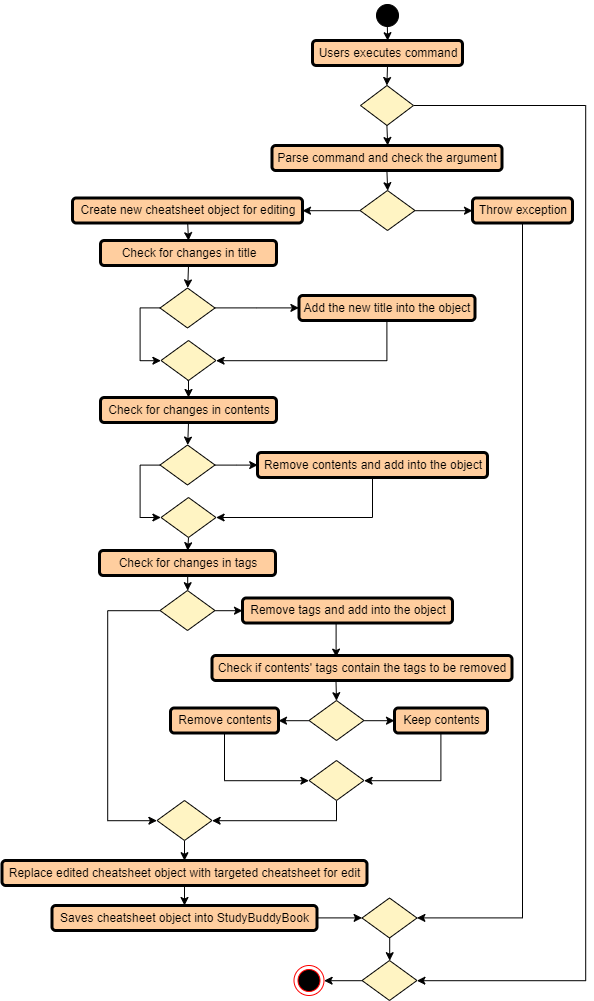
Earlier version of the draw.io export images/jasmineDiagrams/EditCheatSheetCommandActivityDiagram.png (AY1920S1-CS2103T-W13-3/StudyBuddyPro). Source tidied: cells renumbered, new cells last; positions are measured from the earlier drawing's top-left corner, leaving out a move shared by most shapes.
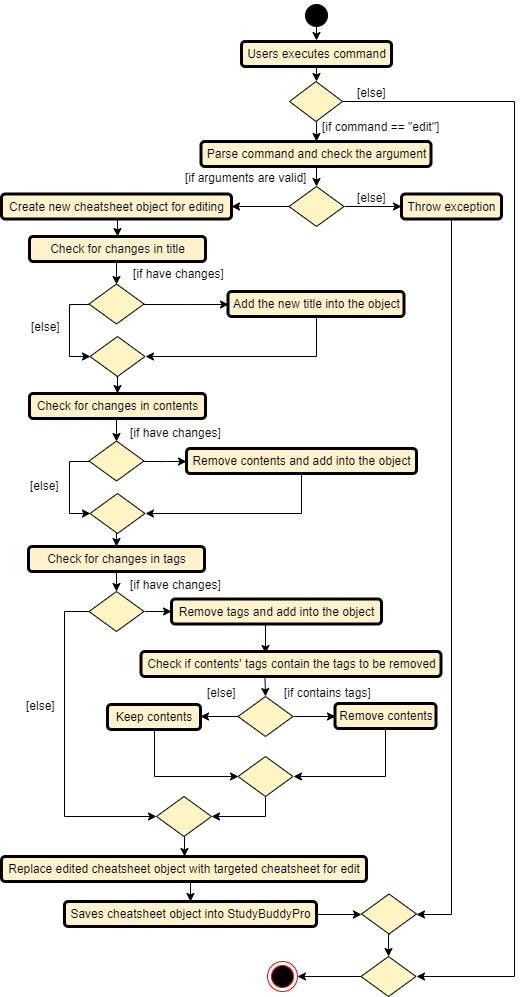
The same file after the commit.

What changed in the source:
```diff
@@ -10,3 +10,3 @@
     <mxCell id="3" style="ellipse;html=1;shape=endState;fillColor=#000000;strokeColor=#ff0000;" parent="1" vertex="1">
-      <mxGeometry x="292.5" y="965" width="30" height="30" as="geometry" />
+      <mxGeometry x="337" y="965" width="30" height="30" as="geometry" />
     </mxCell>
@@ -14,3 +14,3 @@
       <mxGeometry relative="1" as="geometry">
-        <mxPoint x="386" y="40" as="targetPoint" />
+        <mxPoint x="386" y="44" as="targetPoint" />
       </mxGeometry>
@@ -30,2 +30,7 @@
     </mxCell>
+    <mxCell id="65" value="[else]" style="text;html=1;align=center;verticalAlign=middle;labelBackgroundColor=#ffffff;" parent="6" vertex="1">
+      <mxGeometry x="-0.95" y="9" relative="1" as="geometry">
+        <mxPoint y="-1" as="offset" />
+      </mxGeometry>
+    </mxCell>
     <mxCell id="7" style="rhombus;whiteSpace=wrap;html=1;fillColor=#FFF4C3;" parent="1" vertex="1">
@@ -43,3 +48,3 @@
     <mxCell id="11" style="ellipse;html=1;shape=startState;fillColor=#000000;strokeColor=#000000;" parent="1" vertex="1">
-      <mxGeometry x="371" width="30" height="30" as="geometry" />
+      <mxGeometry x="371" y="4" width="30" height="30" as="geometry" />
     </mxCell>
@@ -48,3 +53,3 @@
     </mxCell>
-    <mxCell id="13" value="&lt;p style=&quot;margin: 4px 0px 0px ; text-align: center&quot;&gt;&lt;span style=&quot;font-weight: normal&quot;&gt;Throw exception&lt;/span&gt;&lt;/p&gt;" style="verticalAlign=middle;align=center;overflow=fill;fontSize=12;fontFamily=Helvetica;html=1;rounded=1;fontStyle=1;strokeWidth=3;fillColor=#FFCE9F;" parent="1" vertex="1">
+    <mxCell id="13" value="&lt;p style=&quot;margin: 4px 0px 0px ; text-align: center&quot;&gt;&lt;span style=&quot;font-weight: normal&quot;&gt;Throw exception&lt;/span&gt;&lt;/p&gt;" style="verticalAlign=middle;align=center;overflow=fill;fontSize=12;fontFamily=Helvetica;html=1;rounded=1;fontStyle=1;strokeWidth=3;fillColor=#FFF2CC;" parent="1" vertex="1">
       <mxGeometry x="471" y="197.5" width="100" height="25" as="geometry" />
@@ -54,3 +59,3 @@
     </mxCell>
-    <mxCell id="15" value="&lt;p style=&quot;margin: 4px 0px 0px ; text-align: center&quot;&gt;&lt;span style=&quot;font-weight: 400&quot;&gt;Create new cheatsheet object for editing&lt;/span&gt;&lt;br&gt;&lt;/p&gt;" style="verticalAlign=middle;align=center;overflow=fill;fontSize=12;fontFamily=Helvetica;html=1;rounded=1;fontStyle=1;strokeWidth=3;fillColor=#FFCE9F;" parent="1" vertex="1">
+    <mxCell id="15" value="&lt;p style=&quot;margin: 4px 0px 0px ; text-align: center&quot;&gt;&lt;span style=&quot;font-weight: 400&quot;&gt;Create new cheatsheet object for editing&lt;/span&gt;&lt;br&gt;&lt;/p&gt;" style="verticalAlign=middle;align=center;overflow=fill;fontSize=12;fontFamily=Helvetica;html=1;rounded=1;fontStyle=1;strokeWidth=3;fillColor=#FFF2CC;" parent="1" vertex="1">
       <mxGeometry x="71" y="197.5" width="230" height="25" as="geometry" />
@@ -62,3 +67,3 @@
     </mxCell>
-    <mxCell id="17" value="&lt;p style=&quot;margin: 4px 0px 0px ; text-align: center&quot;&gt;&lt;span style=&quot;font-weight: normal&quot;&gt;Check if contents' tags contain the tags to be removed&lt;/span&gt;&lt;/p&gt;" style="verticalAlign=middle;align=center;overflow=fill;fontSize=12;fontFamily=Helvetica;html=1;rounded=1;fontStyle=1;strokeWidth=3;fillColor=#FFCE9F;" parent="1" vertex="1">
+    <mxCell id="17" value="&lt;p style=&quot;margin: 4px 0px 0px ; text-align: center&quot;&gt;&lt;span style=&quot;font-weight: normal&quot;&gt;Check if contents' tags contain the tags to be removed&lt;/span&gt;&lt;/p&gt;" style="verticalAlign=middle;align=center;overflow=fill;fontSize=12;fontFamily=Helvetica;html=1;rounded=1;fontStyle=1;strokeWidth=3;fillColor=#FFF2CC;" parent="1" vertex="1">
       <mxGeometry x="210.5" y="655" width="300" height="25" as="geometry" />
@@ -68,4 +73,6 @@
     </mxCell>
-    <mxCell id="19" style="edgeStyle=orthogonalEdgeStyle;rounded=0;jettySize=auto;html=1;exitX=0;exitY=0.5;exitDx=0;exitDy=0;entryX=1;entryY=0.5;entryDx=0;entryDy=0;" parent="1" edge="1" source="20" target="24">
-      <mxGeometry relative="1" as="geometry" />
+    <mxCell id="19" style="edgeStyle=orthogonalEdgeStyle;rounded=0;jettySize=auto;html=1;exitX=0;exitY=0.5;exitDx=0;exitDy=0;" parent="1" edge="1" source="20">
+      <mxGeometry relative="1" as="geometry">
+        <mxPoint x="270" y="720" as="targetPoint" />
+      </mxGeometry>
     </mxCell>
@@ -77,4 +84,4 @@
     </mxCell>
-    <mxCell id="22" value="&lt;p style=&quot;margin: 4px 0px 0px ; text-align: center&quot;&gt;&lt;span style=&quot;font-weight: 400&quot;&gt;Keep contents&lt;/span&gt;&lt;br&gt;&lt;/p&gt;" style="verticalAlign=middle;align=center;overflow=fill;fontSize=12;fontFamily=Helvetica;html=1;rounded=1;fontStyle=1;strokeWidth=3;fillColor=#FFCE9F;" parent="1" vertex="1">
-      <mxGeometry x="393" y="707.5" width="93" height="25" as="geometry" />
+    <mxCell id="22" value="&lt;p style=&quot;margin: 4px 0px 0px ; text-align: center&quot;&gt;&lt;span style=&quot;font-weight: 400&quot;&gt;Remove contents&lt;/span&gt;&lt;br&gt;&lt;/p&gt;" style="verticalAlign=middle;align=center;overflow=fill;fontSize=12;fontFamily=Helvetica;html=1;rounded=1;fontStyle=1;strokeWidth=3;fillColor=#FFF2CC;" parent="1" vertex="1">
+      <mxGeometry x="404.5" y="707" width="101" height="25" as="geometry" />
     </mxCell>
@@ -83,4 +90,4 @@
     </mxCell>
-    <mxCell id="24" value="&lt;p style=&quot;margin: 4px 0px 0px ; text-align: center&quot;&gt;&lt;span style=&quot;font-weight: 400&quot;&gt;Remove contents&lt;/span&gt;&lt;br&gt;&lt;/p&gt;" style="verticalAlign=middle;align=center;overflow=fill;fontSize=12;fontFamily=Helvetica;html=1;rounded=1;fontStyle=1;strokeWidth=3;fillColor=#FFCE9F;" parent="1" vertex="1">
-      <mxGeometry x="169" y="707.5" width="108" height="25" as="geometry" />
+    <mxCell id="24" value="&lt;p style=&quot;margin: 4px 0px 0px ; text-align: center&quot;&gt;&lt;span style=&quot;font-weight: 400&quot;&gt;Keep contents&lt;/span&gt;&lt;br&gt;&lt;/p&gt;" style="verticalAlign=middle;align=center;overflow=fill;fontSize=12;fontFamily=Helvetica;html=1;rounded=1;fontStyle=1;strokeWidth=3;fillColor=#FFF2CC;" parent="1" vertex="1">
+      <mxGeometry x="177" y="708" width="93" height="25" as="geometry" />
     </mxCell>
@@ -95,4 +102,4 @@
     </mxCell>
-    <mxCell id="28" value="&lt;p style=&quot;margin: 4px 0px 0px ; text-align: center&quot;&gt;&lt;span style=&quot;font-weight: 400&quot;&gt;Replace edited cheatsheet object with targeted cheatsheet for edit&lt;/span&gt;&lt;/p&gt;" style="verticalAlign=middle;align=center;overflow=fill;fontSize=12;fontFamily=Helvetica;html=1;rounded=1;fontStyle=1;strokeWidth=3;fillColor=#FFCE9F;" parent="1" vertex="1">
-      <mxGeometry x="0.5" y="860" width="365" height="25" as="geometry" />
+    <mxCell id="28" value="&lt;p style=&quot;margin: 4px 0px 0px ; text-align: center&quot;&gt;&lt;span style=&quot;font-weight: 400&quot;&gt;Replace edited cheatsheet object with targeted cheatsheet for edit&lt;/span&gt;&lt;/p&gt;" style="verticalAlign=middle;align=center;overflow=fill;fontSize=12;fontFamily=Helvetica;html=1;rounded=1;fontStyle=1;strokeWidth=3;fillColor=#FFF2CC;" parent="1" vertex="1">
+      <mxGeometry x="71" y="860" width="365" height="25" as="geometry" />
     </mxCell>
@@ -101,4 +108,4 @@
     </mxCell>
-    <mxCell id="30" value="&lt;p style=&quot;margin: 4px 0px 0px ; text-align: center&quot;&gt;&lt;span style=&quot;font-weight: 400&quot;&gt;Saves cheatsheet object into StudyBuddyBook&lt;/span&gt;&lt;/p&gt;" style="verticalAlign=middle;align=center;overflow=fill;fontSize=12;fontFamily=Helvetica;html=1;rounded=1;fontStyle=1;strokeWidth=3;fillColor=#FFCE9F;" parent="1" vertex="1">
-      <mxGeometry x="50.5" y="905" width="265" height="25" as="geometry" />
+    <mxCell id="30" value="&lt;p style=&quot;margin: 4px 0px 0px ; text-align: center&quot;&gt;&lt;span style=&quot;font-weight: 400&quot;&gt;Saves cheatsheet object into StudyBuddyPro&lt;/span&gt;&lt;/p&gt;" style="verticalAlign=middle;align=center;overflow=fill;fontSize=12;fontFamily=Helvetica;html=1;rounded=1;fontStyle=1;strokeWidth=3;fillColor=#FFF2CC;" parent="1" vertex="1">
+      <mxGeometry x="134" y="905" width="252" height="25" as="geometry" />
     </mxCell>
@@ -108,3 +115,3 @@
     <mxCell id="32" style="rhombus;whiteSpace=wrap;html=1;fillColor=#FFF4C3;" parent="1" vertex="1">
-      <mxGeometry x="360.5" y="897.5" width="55" height="40" as="geometry" />
+      <mxGeometry x="431" y="897.5" width="55" height="40" as="geometry" />
     </mxCell>
@@ -114,3 +121,3 @@
     <mxCell id="34" style="rhombus;whiteSpace=wrap;html=1;fillColor=#FFF4C3;" parent="1" vertex="1">
-      <mxGeometry x="360.5" y="960" width="55" height="40" as="geometry" />
+      <mxGeometry x="430.5" y="960" width="55" height="40" as="geometry" />
     </mxCell>
@@ -119,4 +126,4 @@
         <Array as="points">
-          <mxPoint x="106" y="610" />
-          <mxPoint x="106" y="820" />
+          <mxPoint x="134" y="615" />
+          <mxPoint x="134" y="820" />
         </Array>
@@ -128,3 +135,3 @@
     <mxCell id="37" style="rhombus;whiteSpace=wrap;html=1;fillColor=#FFF4C3;" parent="1" vertex="1">
-      <mxGeometry x="158.5" y="590" width="55" height="40" as="geometry" />
+      <mxGeometry x="158.5" y="595" width="55" height="40" as="geometry" />
     </mxCell>
@@ -135,4 +142,4 @@
     </mxCell>
-    <mxCell id="39" value="&lt;p style=&quot;margin: 4px 0px 0px ; text-align: center&quot;&gt;&lt;span style=&quot;font-weight: normal&quot;&gt;Remove tags and add into the object&lt;/span&gt;&lt;/p&gt;" style="verticalAlign=middle;align=center;overflow=fill;fontSize=12;fontFamily=Helvetica;html=1;rounded=1;fontStyle=1;strokeWidth=3;fillColor=#FFCE9F;" parent="1" vertex="1">
-      <mxGeometry x="241" y="597.5" width="210" height="25" as="geometry" />
+    <mxCell id="39" value="&lt;p style=&quot;margin: 4px 0px 0px ; text-align: center&quot;&gt;&lt;span style=&quot;font-weight: normal&quot;&gt;Remove tags and add into the object&lt;/span&gt;&lt;/p&gt;" style="verticalAlign=middle;align=center;overflow=fill;fontSize=12;fontFamily=Helvetica;html=1;rounded=1;fontStyle=1;strokeWidth=3;fillColor=#FFF2CC;" parent="1" vertex="1">
+      <mxGeometry x="241" y="602.5" width="210" height="25" as="geometry" />
     </mxCell>
@@ -142,3 +149,3 @@
     <mxCell id="41" style="rhombus;whiteSpace=wrap;html=1;fillColor=#FFF4C3;" parent="1" vertex="1">
-      <mxGeometry x="155.5" y="800" width="55" height="40" as="geometry" />
+      <mxGeometry x="226" y="800" width="55" height="40" as="geometry" />
     </mxCell>
@@ -147,3 +154,3 @@
     </mxCell>
-    <mxCell id="43" value="&lt;p style=&quot;margin: 4px 0px 0px ; text-align: center&quot;&gt;&lt;span style=&quot;font-weight: normal&quot;&gt;Check for changes in title&lt;/span&gt;&lt;/p&gt;" style="verticalAlign=middle;align=center;overflow=fill;fontSize=12;fontFamily=Helvetica;html=1;rounded=1;fontStyle=1;strokeWidth=3;fillColor=#FFCE9F;" parent="1" vertex="1">
+    <mxCell id="43" value="&lt;p style=&quot;margin: 4px 0px 0px ; text-align: center&quot;&gt;&lt;span style=&quot;font-weight: normal&quot;&gt;Check for changes in title&lt;/span&gt;&lt;/p&gt;" style="verticalAlign=middle;align=center;overflow=fill;fontSize=12;fontFamily=Helvetica;html=1;rounded=1;fontStyle=1;strokeWidth=3;fillColor=#FFF2CC;" parent="1" vertex="1">
       <mxGeometry x="99" y="240" width="176" height="25" as="geometry" />
@@ -162,3 +169,3 @@
     </mxCell>
-    <mxCell id="48" value="&lt;p style=&quot;margin: 4px 0px 0px ; text-align: center&quot;&gt;&lt;span style=&quot;font-weight: 400&quot;&gt;Add the new title into the object&lt;/span&gt;&lt;/p&gt;" style="verticalAlign=middle;align=center;overflow=fill;fontSize=12;fontFamily=Helvetica;html=1;rounded=1;fontStyle=1;strokeWidth=3;fillColor=#FFCE9F;" parent="1" vertex="1">
+    <mxCell id="48" value="&lt;p style=&quot;margin: 4px 0px 0px ; text-align: center&quot;&gt;&lt;span style=&quot;font-weight: 400&quot;&gt;Add the new title into the object&lt;/span&gt;&lt;/p&gt;" style="verticalAlign=middle;align=center;overflow=fill;fontSize=12;fontFamily=Helvetica;html=1;rounded=1;fontStyle=1;strokeWidth=3;fillColor=#FFF2CC;" parent="1" vertex="1">
       <mxGeometry x="297.5" y="295" width="176" height="25" as="geometry" />
@@ -176,3 +183,3 @@
     </mxCell>
-    <mxCell id="52" value="&lt;p style=&quot;margin: 4px 0px 0px ; text-align: center&quot;&gt;&lt;span style=&quot;font-weight: 400&quot;&gt;Check for changes in contents&lt;/span&gt;&lt;br&gt;&lt;/p&gt;" style="verticalAlign=middle;align=center;overflow=fill;fontSize=12;fontFamily=Helvetica;html=1;rounded=1;fontStyle=1;strokeWidth=3;fillColor=#FFCE9F;" parent="1" vertex="1">
+    <mxCell id="52" value="&lt;p style=&quot;margin: 4px 0px 0px ; text-align: center&quot;&gt;&lt;span style=&quot;font-weight: 400&quot;&gt;Check for changes in contents&lt;/span&gt;&lt;br&gt;&lt;/p&gt;" style="verticalAlign=middle;align=center;overflow=fill;fontSize=12;fontFamily=Helvetica;html=1;rounded=1;fontStyle=1;strokeWidth=3;fillColor=#FFF2CC;" parent="1" vertex="1">
       <mxGeometry x="99" y="397" width="176" height="25" as="geometry" />
@@ -191,3 +198,3 @@
     </mxCell>
-    <mxCell id="57" value="&lt;p style=&quot;margin: 4px 0px 0px ; text-align: center&quot;&gt;&lt;span style=&quot;font-weight: 400&quot;&gt;Remove contents and add into the object&lt;/span&gt;&lt;br&gt;&lt;/p&gt;" style="verticalAlign=middle;align=center;overflow=fill;fontSize=12;fontFamily=Helvetica;html=1;rounded=1;fontStyle=1;strokeWidth=3;fillColor=#FFCE9F;" parent="1" vertex="1">
+    <mxCell id="57" value="&lt;p style=&quot;margin: 4px 0px 0px ; text-align: center&quot;&gt;&lt;span style=&quot;font-weight: 400&quot;&gt;Remove contents and add into the object&lt;/span&gt;&lt;br&gt;&lt;/p&gt;" style="verticalAlign=middle;align=center;overflow=fill;fontSize=12;fontFamily=Helvetica;html=1;rounded=1;fontStyle=1;strokeWidth=3;fillColor=#FFF2CC;" parent="1" vertex="1">
       <mxGeometry x="256" y="452" width="230" height="25" as="geometry" />
@@ -200,4 +207,4 @@
     </mxCell>
-    <mxCell id="60" value="&lt;p style=&quot;margin: 4px 0px 0px ; text-align: center&quot;&gt;&lt;span style=&quot;font-weight: 400&quot;&gt;Users executes command&lt;/span&gt;&lt;br&gt;&lt;/p&gt;" style="verticalAlign=middle;align=center;overflow=fill;fontSize=12;fontFamily=Helvetica;html=1;rounded=1;fontStyle=1;strokeWidth=3;fillColor=#FFCE9F;" parent="1" vertex="1">
-      <mxGeometry x="311" y="40" width="150" height="25" as="geometry" />
+    <mxCell id="60" value="&lt;p style=&quot;margin: 4px 0px 0px ; text-align: center&quot;&gt;&lt;span style=&quot;font-weight: 400&quot;&gt;Users executes command&lt;/span&gt;&lt;br&gt;&lt;/p&gt;" style="verticalAlign=middle;align=center;overflow=fill;fontSize=12;fontFamily=Helvetica;html=1;rounded=1;fontStyle=1;strokeWidth=3;fillColor=#FFF2CC;" parent="1" vertex="1">
+      <mxGeometry x="311" y="45" width="150" height="25" as="geometry" />
     </mxCell>
@@ -206,3 +213,3 @@
     </mxCell>
-    <mxCell id="62" value="&lt;p style=&quot;margin: 4px 0px 0px ; text-align: center&quot;&gt;&lt;span style=&quot;font-weight: 400&quot;&gt;Parse command and check the argument&lt;/span&gt;&lt;br&gt;&lt;/p&gt;" style="verticalAlign=middle;align=center;overflow=fill;fontSize=12;fontFamily=Helvetica;html=1;rounded=1;fontStyle=1;strokeWidth=3;fillColor=#FFCE9F;" parent="1" vertex="1">
+    <mxCell id="62" value="&lt;p style=&quot;margin: 4px 0px 0px ; text-align: center&quot;&gt;&lt;span style=&quot;font-weight: 400&quot;&gt;Parse command and check the argument&lt;/span&gt;&lt;br&gt;&lt;/p&gt;" style="verticalAlign=middle;align=center;overflow=fill;fontSize=12;fontFamily=Helvetica;html=1;rounded=1;fontStyle=1;strokeWidth=3;fillColor=#FFF2CC;" parent="1" vertex="1">
       <mxGeometry x="270.5" y="145" width="230" height="25" as="geometry" />
@@ -212,5 +219,38 @@
     </mxCell>
-    <mxCell id="64" value="&lt;p style=&quot;margin: 4px 0px 0px ; text-align: center&quot;&gt;&lt;span style=&quot;font-weight: 400&quot;&gt;Check for changes in tags&lt;/span&gt;&lt;br&gt;&lt;/p&gt;" style="verticalAlign=middle;align=center;overflow=fill;fontSize=12;fontFamily=Helvetica;html=1;rounded=1;fontStyle=1;strokeWidth=3;fillColor=#FFCE9F;" parent="1" vertex="1">
+    <mxCell id="64" value="&lt;p style=&quot;margin: 4px 0px 0px ; text-align: center&quot;&gt;&lt;span style=&quot;font-weight: 400&quot;&gt;Check for changes in tags&lt;/span&gt;&lt;br&gt;&lt;/p&gt;" style="verticalAlign=middle;align=center;overflow=fill;fontSize=12;fontFamily=Helvetica;html=1;rounded=1;fontStyle=1;strokeWidth=3;fillColor=#FFF2CC;" parent="1" vertex="1">
       <mxGeometry x="98" y="550" width="176" height="25" as="geometry" />
     </mxCell>
+    <mxCell id="66" value="[if command == &quot;edit&quot;]" style="text;html=1;align=left;verticalAlign=top;spacingTop=-4;" parent="1" vertex="1">
+      <mxGeometry x="390" y="121" width="130" height="20" as="geometry" />
+    </mxCell>
+    <mxCell id="67" value="[else]" style="text;html=1;align=left;verticalAlign=top;spacingTop=-4;" parent="1" vertex="1">
+      <mxGeometry x="425" y="192" width="40" height="20" as="geometry" />
+    </mxCell>
+    <mxCell id="68" value="[if arguments are valid]" style="text;html=1;align=left;verticalAlign=top;spacingTop=-4;" parent="1" vertex="1">
+      <mxGeometry x="252.5" y="172" width="140" height="20" as="geometry" />
+    </mxCell>
+    <mxCell id="69" value="[if have changes]" style="text;html=1;align=left;verticalAlign=top;spacingTop=-4;" parent="1" vertex="1">
+      <mxGeometry x="201" y="267.5" width="110" height="20" as="geometry" />
+    </mxCell>
+    <mxCell id="70" value="[else]" style="text;html=1;align=left;verticalAlign=top;spacingTop=-4;" parent="1" vertex="1">
+      <mxGeometry x="99" y="321" width="40" height="20" as="geometry" />
+    </mxCell>
+    <mxCell id="71" value="[if have changes]" style="text;html=1;align=left;verticalAlign=top;spacingTop=-4;" parent="1" vertex="1">
+      <mxGeometry x="197.5" y="427" width="110" height="20" as="geometry" />
+    </mxCell>
+    <mxCell id="72" value="[else]" style="text;html=1;align=left;verticalAlign=top;spacingTop=-4;" parent="1" vertex="1">
+      <mxGeometry x="98" y="480" width="40" height="20" as="geometry" />
+    </mxCell>
+    <mxCell id="73" value="[if have changes]" style="text;html=1;align=left;verticalAlign=top;spacingTop=-4;" parent="1" vertex="1">
+      <mxGeometry x="197.5" y="578.5" width="110" height="20" as="geometry" />
+    </mxCell>
+    <mxCell id="74" value="[else]" style="text;html=1;align=left;verticalAlign=top;spacingTop=-4;" parent="1" vertex="1">
+      <mxGeometry x="94" y="700" width="40" height="20" as="geometry" />
+    </mxCell>
+    <mxCell id="75" value="[if contains tags]" style="text;html=1;align=left;verticalAlign=top;spacingTop=-4;" parent="1" vertex="1">
+      <mxGeometry x="352" y="687" width="100" height="20" as="geometry" />
+    </mxCell>
+    <mxCell id="76" value="[else]" style="text;html=1;align=left;verticalAlign=top;spacingTop=-4;" parent="1" vertex="1">
+      <mxGeometry x="275" y="687" width="40" height="20" as="geometry" />
+    </mxCell>
   </root>
```
